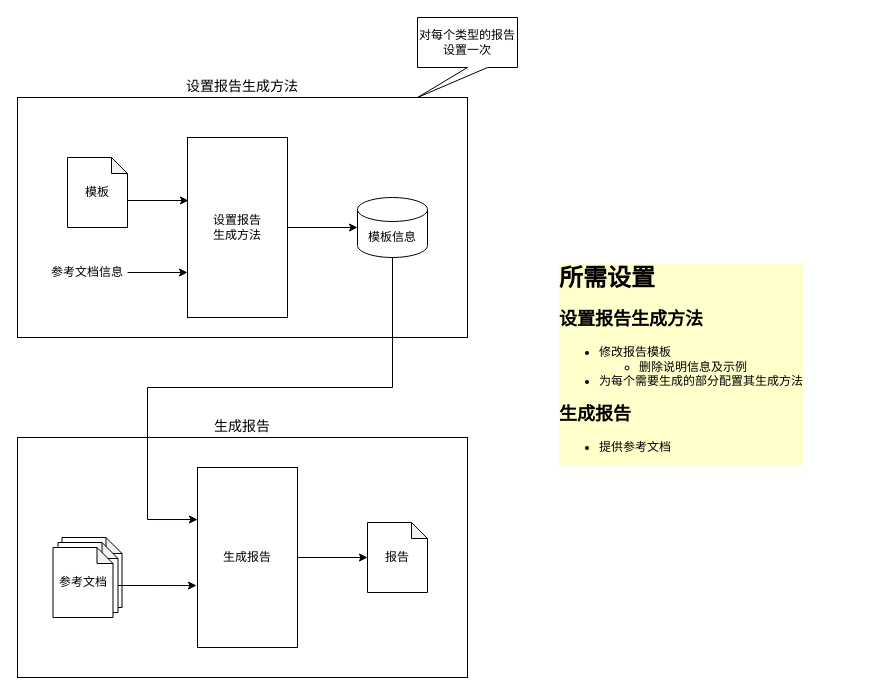
CindyZX/drawio_figures keeps this draw.io diagram as 2026_report_gen.drawio. Above is the earlier version. Source tidied: cells renumbered, new cells numbered last; positions are measured from the earlier drawing's top-left corner, leaving out a move shared by most shapes. Both pictures are drawn from the tidied source at 100%, with x=0, y=0 at pixel (17, 17).
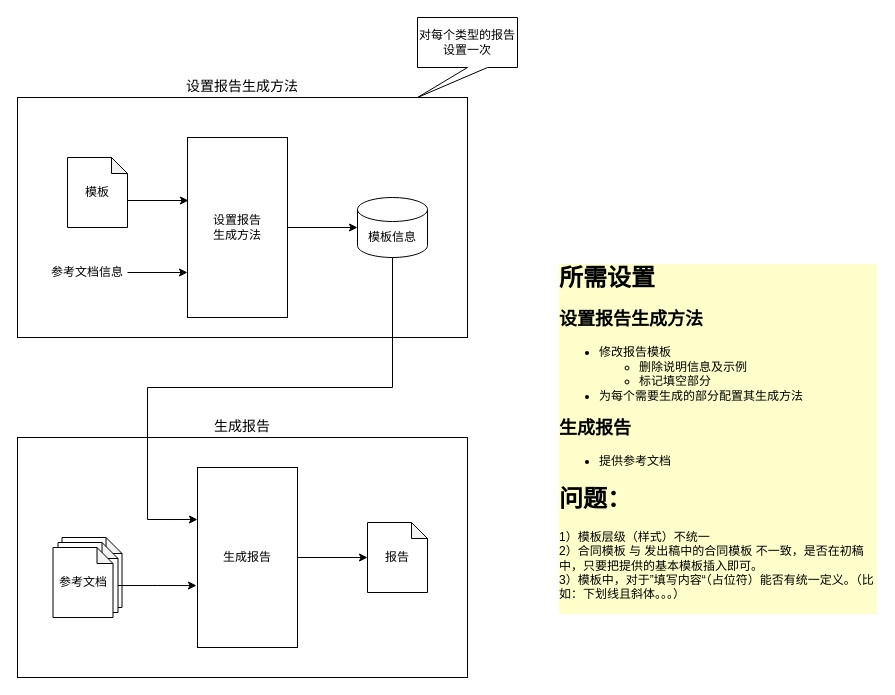
After the change.

The edit, as a diff of the source:
```diff
@@
-    <mxCell id="21" value="&lt;h1 style=&quot;margin-top: 0px;&quot;&gt;所需设置&lt;/h1&gt;&lt;h2&gt;设置报告生成方法&lt;/h2&gt;&lt;p&gt;&lt;/p&gt;&lt;ul&gt;&lt;li&gt;修改报告模板&lt;/li&gt;&lt;ul&gt;&lt;li&gt;删除说明信息及示例&lt;/li&gt;&lt;/ul&gt;&lt;li&gt;为每个需要生成的部分配置其生成方法&lt;/li&gt;&lt;/ul&gt;&lt;h2&gt;生成报告&lt;/h2&gt;&lt;div&gt;&lt;ul&gt;&lt;li&gt;提供参考文档&lt;/li&gt;&lt;/ul&gt;&lt;/div&gt;&lt;p&gt;&lt;/p&gt;" style="text;html=1;whiteSpace=wrap;overflow=hidden;rounded=0;labelBorderColor=none;labelBackgroundColor=#FFFFCC;" parent="1" vertex="1">
-      <mxGeometry x="540" y="240" width="320" height="230" as="geometry" />
+    <mxCell id="21" value="&lt;h1 style=&quot;margin-top: 0px;&quot;&gt;所需设置&lt;/h1&gt;&lt;h2&gt;设置报告生成方法&lt;/h2&gt;&lt;p&gt;&lt;/p&gt;&lt;ul&gt;&lt;li&gt;修改报告模板&lt;/li&gt;&lt;ul&gt;&lt;li&gt;删除说明信息及示例&lt;/li&gt;&lt;li&gt;标记填空部分&lt;/li&gt;&lt;/ul&gt;&lt;li&gt;为每个需要生成的部分配置其生成方法&lt;/li&gt;&lt;/ul&gt;&lt;h2&gt;生成报告&lt;/h2&gt;&lt;div&gt;&lt;ul&gt;&lt;li&gt;提供参考文档&lt;/li&gt;&lt;/ul&gt;&lt;h1&gt;问题：&lt;/h1&gt;&lt;/div&gt;&lt;div&gt;&lt;div&gt;1）模板层级（样式）不统一&lt;/div&gt;&lt;div&gt;2）合同模板 与 发出稿中的合同模板 不一致，是否在初稿中，只要把提供的基本模板插入即可。&lt;/div&gt;&lt;/div&gt;&lt;div&gt;3）模板中，对于”填写内容“（占位符）能否有统一定义。（比如：下划线且斜体。。。）&lt;/div&gt;&lt;p&gt;&lt;/p&gt;" style="text;html=1;whiteSpace=wrap;overflow=hidden;rounded=0;labelBorderColor=none;labelBackgroundColor=#FFFFCC;" parent="1" vertex="1">
+      <mxGeometry x="540" y="240" width="320" height="379" as="geometry" />
     </mxCell>
```
